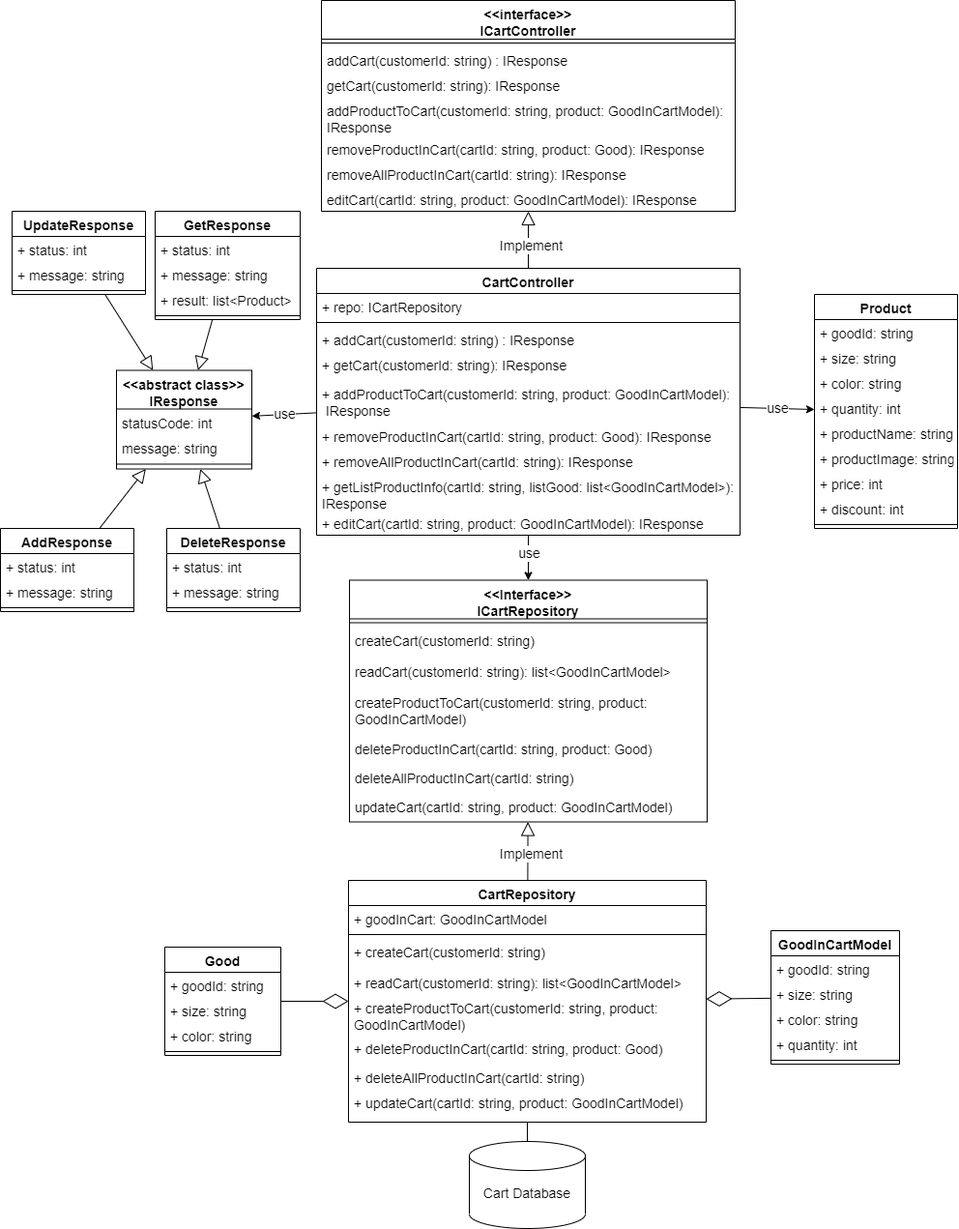
This is img/Architecture/service/CartService.png from hienbui-iwrp/DACN_report, a draw.io export, as it was before one commit. Source tidied: cells renumbered, new cells last; positions are measured from the earlier drawing's top-left corner, leaving out a move shared by most shapes.
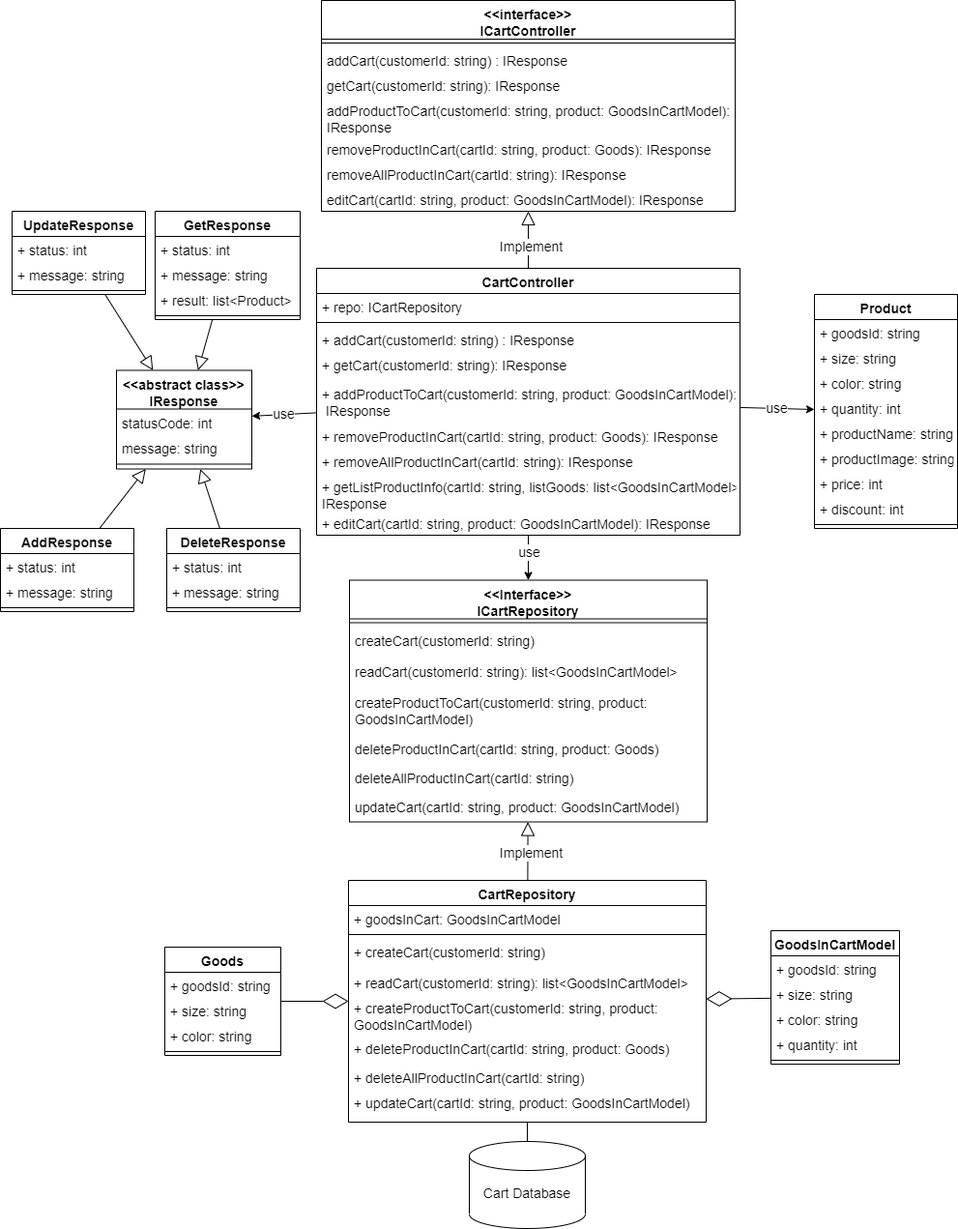
After the commit.

Commit message:
update img service

Diff of the diagram source:
```diff
@@ -20,19 +20,19 @@
     <mxCell id="7" value="+ getCart(customerId: string): IResponse" style="text;strokeColor=none;fillColor=none;align=left;verticalAlign=top;spacingLeft=4;spacingRight=4;overflow=hidden;fontSize=14;" parent="3" vertex="1">
       <mxGeometry y="86" width="438" height="30" as="geometry" />
     </mxCell>
-    <mxCell id="8" value="+ addProductToCart(customerId: string, product: GoodInCartModel):&#10; IResponse" style="text;strokeColor=none;fillColor=none;align=left;verticalAlign=top;spacingLeft=4;spacingRight=4;overflow=hidden;fontSize=14;" parent="3" vertex="1">
+    <mxCell id="8" value="+ addProductToCart(customerId: string, product: GoodsInCartModel):&#10; IResponse" style="text;strokeColor=none;fillColor=none;align=left;verticalAlign=top;spacingLeft=4;spacingRight=4;overflow=hidden;fontSize=14;" parent="3" vertex="1">
       <mxGeometry y="116" width="438" height="44" as="geometry" />
     </mxCell>
-    <mxCell id="9" value="+ removeProductInCart(cartId: string, product: Good): IResponse" style="text;strokeColor=none;fillColor=none;align=left;verticalAlign=top;spacingLeft=4;spacingRight=4;overflow=hidden;fontSize=14;" parent="3" vertex="1">
+    <mxCell id="9" value="+ removeProductInCart(cartId: string, product: Goods): IResponse" style="text;strokeColor=none;fillColor=none;align=left;verticalAlign=top;spacingLeft=4;spacingRight=4;overflow=hidden;fontSize=14;" parent="3" vertex="1">
       <mxGeometry y="160" width="438" height="26" as="geometry" />
     </mxCell>
     <mxCell id="10" value="+ removeAllProductInCart(cartId: string): IResponse" style="text;strokeColor=none;fillColor=none;align=left;verticalAlign=top;spacingLeft=4;spacingRight=4;overflow=hidden;fontSize=14;" parent="3" vertex="1">
       <mxGeometry y="186" width="438" height="26" as="geometry" />
     </mxCell>
-    <mxCell id="11" value="+ getListProductInfo(cartId: string, listGood: list&lt;GoodInCartModel&gt;): &#10;IResponse" style="text;strokeColor=none;fillColor=none;align=left;verticalAlign=top;spacingLeft=4;spacingRight=4;overflow=hidden;fontSize=14;" parent="3" vertex="1">
+    <mxCell id="11" value="+ getListProductInfo(cartId: string, listGoods: list&lt;GoodsInCartModel&gt;): &#10;IResponse" style="text;strokeColor=none;fillColor=none;align=left;verticalAlign=top;spacingLeft=4;spacingRight=4;overflow=hidden;fontSize=14;" parent="3" vertex="1">
       <mxGeometry y="212" width="438" height="38" as="geometry" />
     </mxCell>
-    <mxCell id="12" value="+ editCart(cartId: string, product: GoodInCartModel): IResponse" style="text;strokeColor=none;fillColor=none;align=left;verticalAlign=top;spacingLeft=4;spacingRight=4;overflow=hidden;fontSize=14;" parent="3" vertex="1">
+    <mxCell id="12" value="+ editCart(cartId: string, product: GoodsInCartModel): IResponse" style="text;strokeColor=none;fillColor=none;align=left;verticalAlign=top;spacingLeft=4;spacingRight=4;overflow=hidden;fontSize=14;" parent="3" vertex="1">
       <mxGeometry y="250" width="438" height="26" as="geometry" />
     </mxCell>
     <mxCell id="13" value="&lt;&lt;interface&gt;&gt;&#10;ICartController" style="swimlane;fontStyle=1;align=center;verticalAlign=top;horizontal=1;startSize=40;fontSize=14;" parent="1" vertex="1">
@@ -47,25 +47,25 @@
     <mxCell id="16" value="getCart(customerId: string): IResponse" style="text;strokeColor=none;fillColor=none;align=left;verticalAlign=top;spacingLeft=4;spacingRight=4;overflow=hidden;fontSize=14;" parent="13" vertex="1">
       <mxGeometry y="74" width="428" height="26" as="geometry" />
     </mxCell>
-    <mxCell id="17" value="addProductToCart(customerId: string, product: GoodInCartModel): &#10;IResponse" style="text;strokeColor=none;fillColor=none;align=left;verticalAlign=top;spacingLeft=4;spacingRight=4;overflow=hidden;fontSize=14;" parent="13" vertex="1">
+    <mxCell id="17" value="addProductToCart(customerId: string, product: GoodsInCartModel): &#10;IResponse" style="text;strokeColor=none;fillColor=none;align=left;verticalAlign=top;spacingLeft=4;spacingRight=4;overflow=hidden;fontSize=14;" parent="13" vertex="1">
       <mxGeometry y="100" width="428" height="40" as="geometry" />
     </mxCell>
-    <mxCell id="18" value="removeProductInCart(cartId: string, product: Good): IResponse" style="text;strokeColor=none;fillColor=none;align=left;verticalAlign=top;spacingLeft=4;spacingRight=4;overflow=hidden;fontSize=14;" parent="13" vertex="1">
+    <mxCell id="18" value="removeProductInCart(cartId: string, product: Goods): IResponse" style="text;strokeColor=none;fillColor=none;align=left;verticalAlign=top;spacingLeft=4;spacingRight=4;overflow=hidden;fontSize=14;" parent="13" vertex="1">
       <mxGeometry y="140" width="428" height="26" as="geometry" />
     </mxCell>
     <mxCell id="19" value="removeAllProductInCart(cartId: string): IResponse" style="text;strokeColor=none;fillColor=none;align=left;verticalAlign=top;spacingLeft=4;spacingRight=4;overflow=hidden;fontSize=14;" parent="13" vertex="1">
       <mxGeometry y="166" width="428" height="26" as="geometry" />
     </mxCell>
-    <mxCell id="20" value="editCart(cartId: string, product: GoodInCartModel): IResponse" style="text;strokeColor=none;fillColor=none;align=left;verticalAlign=top;spacingLeft=4;spacingRight=4;overflow=hidden;fontSize=14;" parent="13" vertex="1">
+    <mxCell id="20" value="editCart(cartId: string, product: GoodsInCartModel): IResponse" style="text;strokeColor=none;fillColor=none;align=left;verticalAlign=top;spacingLeft=4;spacingRight=4;overflow=hidden;fontSize=14;" parent="13" vertex="1">
       <mxGeometry y="192" width="428" height="26" as="geometry" />
     </mxCell>
     <mxCell id="21" value="Implement" style="edgeStyle=none;rounded=0;jettySize=auto;html=1;endArrow=block;endFill=0;endSize=12;fontSize=14;" parent="1" edge="1" source="3" target="13">
       <mxGeometry x="-0.23" y="-3" relative="1" as="geometry" />
     </mxCell>
-    <mxCell id="22" value="GoodInCartModel" style="swimlane;fontStyle=1;align=center;verticalAlign=top;horizontal=1;startSize=26;fontSize=14;" parent="1" vertex="1">
+    <mxCell id="22" value="GoodsInCartModel" style="swimlane;fontStyle=1;align=center;verticalAlign=top;horizontal=1;startSize=26;fontSize=14;" parent="1" vertex="1">
       <mxGeometry x="797" y="962" width="133" height="138" as="geometry" />
     </mxCell>
-    <mxCell id="23" value="+ goodId: string" style="text;strokeColor=none;fillColor=none;align=left;verticalAlign=top;spacingLeft=4;spacingRight=4;overflow=hidden;fontSize=14;" parent="22" vertex="1">
+    <mxCell id="23" value="+ goodsId: string" style="text;strokeColor=none;fillColor=none;align=left;verticalAlign=top;spacingLeft=4;spacingRight=4;overflow=hidden;fontSize=14;" parent="22" vertex="1">
       <mxGeometry y="26" width="133" height="26" as="geometry" />
     </mxCell>
     <mxCell id="24" value="+ size: string" style="text;strokeColor=none;fillColor=none;align=left;verticalAlign=top;spacingLeft=4;spacingRight=4;overflow=hidden;fontSize=14;" parent="22" vertex="1">
@@ -86,7 +86,7 @@
     <mxCell id="29" value="CartRepository" style="swimlane;fontStyle=1;align=center;verticalAlign=top;horizontal=1;startSize=26;fontSize=14;" parent="1" vertex="1">
       <mxGeometry x="360" y="910" width="370" height="250" as="geometry" />
     </mxCell>
-    <mxCell id="30" value="+ goodInCart: GoodInCartModel" style="text;strokeColor=none;fillColor=none;align=left;verticalAlign=top;spacingLeft=4;spacingRight=4;overflow=hidden;fontSize=14;" parent="29" vertex="1">
+    <mxCell id="30" value="+ goodsInCart: GoodsInCartModel" style="text;strokeColor=none;fillColor=none;align=left;verticalAlign=top;spacingLeft=4;spacingRight=4;overflow=hidden;fontSize=14;" parent="29" vertex="1">
       <mxGeometry y="26" width="370" height="26" as="geometry" />
     </mxCell>
     <mxCell id="31" style="line;strokeWidth=1;fillColor=none;align=left;verticalAlign=middle;spacingTop=-1;spacingLeft=3;spacingRight=3;labelPosition=right;strokeColor=inherit;fontSize=14;" parent="29" vertex="1">
@@ -95,19 +95,19 @@
     <mxCell id="32" value="+ createCart(customerId: string)" style="text;strokeColor=none;fillColor=none;align=left;verticalAlign=top;spacingLeft=4;spacingRight=4;overflow=hidden;fontSize=14;" parent="29" vertex="1">
       <mxGeometry y="60" width="370" height="32" as="geometry" />
     </mxCell>
-    <mxCell id="33" value="+ readCart(customerId: string): list&lt;GoodInCartModel&gt;" style="text;strokeColor=none;fillColor=none;align=left;verticalAlign=top;spacingLeft=4;spacingRight=4;overflow=hidden;fontSize=14;" parent="29" vertex="1">
+    <mxCell id="33" value="+ readCart(customerId: string): list&lt;GoodsInCartModel&gt;" style="text;strokeColor=none;fillColor=none;align=left;verticalAlign=top;spacingLeft=4;spacingRight=4;overflow=hidden;fontSize=14;" parent="29" vertex="1">
       <mxGeometry y="92" width="370" height="26" as="geometry" />
     </mxCell>
-    <mxCell id="34" value="+ createProductToCart(customerId: string, product: &#10;GoodInCartModel)" style="text;strokeColor=none;fillColor=none;align=left;verticalAlign=top;spacingLeft=4;spacingRight=4;overflow=hidden;fontSize=14;" parent="29" vertex="1">
+    <mxCell id="34" value="+ createProductToCart(customerId: string, product: &#10;GoodsInCartModel)" style="text;strokeColor=none;fillColor=none;align=left;verticalAlign=top;spacingLeft=4;spacingRight=4;overflow=hidden;fontSize=14;" parent="29" vertex="1">
       <mxGeometry y="118" width="370" height="42" as="geometry" />
     </mxCell>
-    <mxCell id="35" value="+ deleteProductInCart(cartId: string, product: Good)" style="text;strokeColor=none;fillColor=none;align=left;verticalAlign=top;spacingLeft=4;spacingRight=4;overflow=hidden;fontSize=14;" parent="29" vertex="1">
+    <mxCell id="35" value="+ deleteProductInCart(cartId: string, product: Goods)" style="text;strokeColor=none;fillColor=none;align=left;verticalAlign=top;spacingLeft=4;spacingRight=4;overflow=hidden;fontSize=14;" parent="29" vertex="1">
       <mxGeometry y="160" width="370" height="30" as="geometry" />
     </mxCell>
     <mxCell id="36" value="+ deleteAllProductInCart(cartId: string)" style="text;strokeColor=none;fillColor=none;align=left;verticalAlign=top;spacingLeft=4;spacingRight=4;overflow=hidden;fontSize=14;" parent="29" vertex="1">
       <mxGeometry y="190" width="370" height="26" as="geometry" />
     </mxCell>
-    <mxCell id="37" value="+ updateCart(cartId: string, product: GoodInCartModel)" style="text;strokeColor=none;fillColor=none;align=left;verticalAlign=top;spacingLeft=4;spacingRight=4;overflow=hidden;fontSize=14;" parent="29" vertex="1">
+    <mxCell id="37" value="+ updateCart(cartId: string, product: GoodsInCartModel)" style="text;strokeColor=none;fillColor=none;align=left;verticalAlign=top;spacingLeft=4;spacingRight=4;overflow=hidden;fontSize=14;" parent="29" vertex="1">
       <mxGeometry y="216" width="370" height="34" as="geometry" />
     </mxCell>
     <mxCell id="38" style="rounded=0;jettySize=auto;html=1;endArrow=none;endFill=0;fontSize=14;" parent="1" edge="1" source="29" target="28">
@@ -122,19 +122,19 @@
     <mxCell id="41" value="createCart(customerId: string)" style="text;strokeColor=none;fillColor=none;align=left;verticalAlign=top;spacingLeft=4;spacingRight=4;overflow=hidden;fontSize=14;" parent="39" vertex="1">
       <mxGeometry y="48" width="370" height="32" as="geometry" />
     </mxCell>
-    <mxCell id="42" value="readCart(customerId: string): list&lt;GoodInCartModel&gt;" style="text;strokeColor=none;fillColor=none;align=left;verticalAlign=top;spacingLeft=4;spacingRight=4;overflow=hidden;fontSize=14;" parent="39" vertex="1">
+    <mxCell id="42" value="readCart(customerId: string): list&lt;GoodsInCartModel&gt;" style="text;strokeColor=none;fillColor=none;align=left;verticalAlign=top;spacingLeft=4;spacingRight=4;overflow=hidden;fontSize=14;" parent="39" vertex="1">
       <mxGeometry y="80" width="370" height="32" as="geometry" />
     </mxCell>
-    <mxCell id="43" value="createProductToCart(customerId: string, product: &#10;GoodInCartModel)" style="text;strokeColor=none;fillColor=none;align=left;verticalAlign=top;spacingLeft=4;spacingRight=4;overflow=hidden;fontSize=14;" parent="39" vertex="1">
+    <mxCell id="43" value="createProductToCart(customerId: string, product: &#10;GoodsInCartModel)" style="text;strokeColor=none;fillColor=none;align=left;verticalAlign=top;spacingLeft=4;spacingRight=4;overflow=hidden;fontSize=14;" parent="39" vertex="1">
       <mxGeometry y="112" width="370" height="48" as="geometry" />
     </mxCell>
-    <mxCell id="44" value="deleteProductInCart(cartId: string, product: Good)" style="text;strokeColor=none;fillColor=none;align=left;verticalAlign=top;spacingLeft=4;spacingRight=4;overflow=hidden;fontSize=14;" parent="39" vertex="1">
+    <mxCell id="44" value="deleteProductInCart(cartId: string, product: Goods)" style="text;strokeColor=none;fillColor=none;align=left;verticalAlign=top;spacingLeft=4;spacingRight=4;overflow=hidden;fontSize=14;" parent="39" vertex="1">
       <mxGeometry y="160" width="370" height="30" as="geometry" />
     </mxCell>
     <mxCell id="45" value="deleteAllProductInCart(cartId: string)" style="text;strokeColor=none;fillColor=none;align=left;verticalAlign=top;spacingLeft=4;spacingRight=4;overflow=hidden;fontSize=14;" parent="39" vertex="1">
       <mxGeometry y="190" width="370" height="30" as="geometry" />
     </mxCell>
-    <mxCell id="46" value="updateCart(cartId: string, product: GoodInCartModel)" style="text;strokeColor=none;fillColor=none;align=left;verticalAlign=top;spacingLeft=4;spacingRight=4;overflow=hidden;fontSize=14;" parent="39" vertex="1">
+    <mxCell id="46" value="updateCart(cartId: string, product: GoodsInCartModel)" style="text;strokeColor=none;fillColor=none;align=left;verticalAlign=top;spacingLeft=4;spacingRight=4;overflow=hidden;fontSize=14;" parent="39" vertex="1">
       <mxGeometry y="220" width="370" height="30" as="geometry" />
     </mxCell>
     <mxCell id="47" value="Implement" style="rounded=0;jettySize=auto;html=1;endArrow=block;endFill=0;endSize=12;fontSize=14;" parent="1" edge="1" source="29" target="39">
@@ -143,7 +143,7 @@
     <mxCell id="48" value="Product" style="swimlane;fontStyle=1;align=center;verticalAlign=top;horizontal=1;startSize=26;fontSize=14;" parent="1" vertex="1">
       <mxGeometry x="842" y="304" width="148" height="242" as="geometry" />
     </mxCell>
-    <mxCell id="49" value="+ goodId: string" style="text;strokeColor=none;fillColor=none;align=left;verticalAlign=top;spacingLeft=4;spacingRight=4;overflow=hidden;fontSize=14;" parent="48" vertex="1">
+    <mxCell id="49" value="+ goodsId: string" style="text;strokeColor=none;fillColor=none;align=left;verticalAlign=top;spacingLeft=4;spacingRight=4;overflow=hidden;fontSize=14;" parent="48" vertex="1">
       <mxGeometry y="26" width="148" height="26" as="geometry" />
     </mxCell>
     <mxCell id="50" value="+ size: string" style="text;strokeColor=none;fillColor=none;align=left;verticalAlign=top;spacingLeft=4;spacingRight=4;overflow=hidden;fontSize=14;" parent="48" vertex="1">
@@ -257,10 +257,10 @@
     <mxCell id="86" value="use" style="edgeStyle=none;rounded=0;jettySize=auto;html=1;endArrow=classic;endFill=1;fontSize=14;" parent="1" edge="1" source="3" target="48">
       <mxGeometry relative="1" as="geometry" />
     </mxCell>
-    <mxCell id="87" value="Good" style="swimlane;fontStyle=1;align=center;verticalAlign=top;horizontal=1;startSize=26;fontSize=14;" parent="1" vertex="1">
+    <mxCell id="87" value="Goods" style="swimlane;fontStyle=1;align=center;verticalAlign=top;horizontal=1;startSize=26;fontSize=14;" parent="1" vertex="1">
       <mxGeometry x="170" y="979" width="120" height="112" as="geometry" />
     </mxCell>
-    <mxCell id="88" value="+ goodId: string" style="text;strokeColor=none;fillColor=none;align=left;verticalAlign=top;spacingLeft=4;spacingRight=4;overflow=hidden;fontSize=14;" parent="87" vertex="1">
+    <mxCell id="88" value="+ goodsId: string" style="text;strokeColor=none;fillColor=none;align=left;verticalAlign=top;spacingLeft=4;spacingRight=4;overflow=hidden;fontSize=14;" parent="87" vertex="1">
       <mxGeometry y="26" width="120" height="26" as="geometry" />
     </mxCell>
     <mxCell id="89" value="+ size: string" style="text;strokeColor=none;fillColor=none;align=left;verticalAlign=top;spacingLeft=4;spacingRight=4;overflow=hidden;fontSize=14;" parent="87" vertex="1">
```
